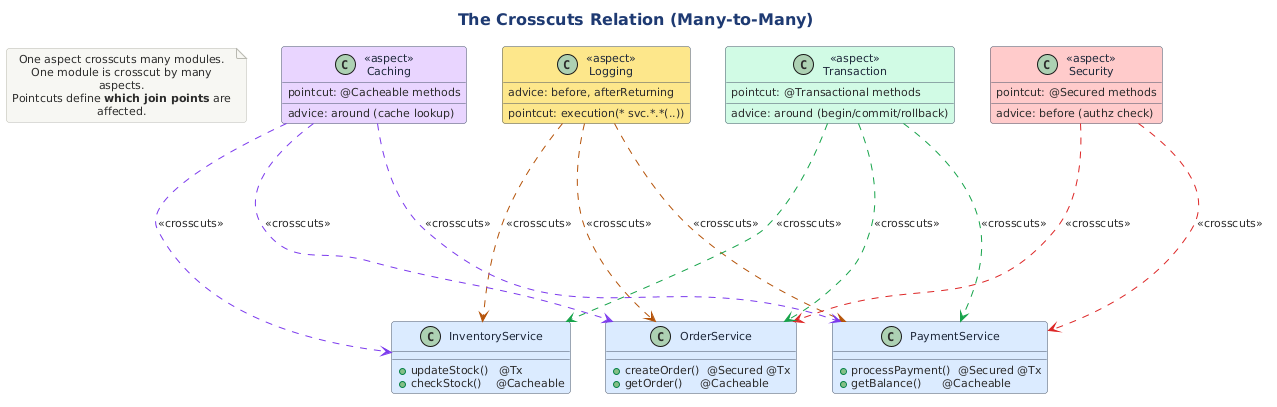
Above: src/architecture/views-and-beyond/style-catalogs/module/aspects-style/png/the-crosscuts-relation-many-to-many.png in Notoriousjayy/latex-docs (PlantUML), before the change. Its diagram source:
```plantuml
@startuml

skinparam classBackgroundColor #FFFFFF
!include ../../../../../../tooling/styles/plantuml/structural/component-diagram-style.iuml

skinparam classBorderColor #475569
skinparam classFontColor #1E293B
skinparam classHeaderBackgroundColor #E2E8F0

title The Crosscuts Relation (Many-to-Many)

together {
  class "<<aspect>>\nLogging" as log #FDE68A {
    pointcut: execution(* svc.*.*(..))
    advice: before, afterReturning
  }

  class "<<aspect>>\nSecurity" as sec #FECACA {
    pointcut: @Secured methods
    advice: before (authz check)
  }

  class "<<aspect>>\nTransaction" as tx #D1FAE5 {
    pointcut: @Transactional methods
    advice: around (begin/commit/rollback)
  }

  class "<<aspect>>\nCaching" as cache #E9D5FF {
    pointcut: @Cacheable methods
    advice: around (cache lookup)
  }
}

together {
  class "OrderService" as os #DBEAFE {
    + createOrder()  @Secured @Tx
    + getOrder()     @Cacheable
  }

  class "PaymentService" as pay #DBEAFE {
    + processPayment()  @Secured @Tx
    + getBalance()      @Cacheable
  }

  class "InventoryService" as inv #DBEAFE {
    + updateStock()   @Tx
    + checkStock()    @Cacheable
  }
}

log ..[#B45309]..> os : <<crosscuts>>
log ..[#B45309]..> pay : <<crosscuts>>
log ..[#B45309]..> inv : <<crosscuts>>

sec ..[#DC2626]..> os : <<crosscuts>>
sec ..[#DC2626]..> pay : <<crosscuts>>

tx ..[#16A34A]..> os : <<crosscuts>>
tx ..[#16A34A]..> pay : <<crosscuts>>
tx ..[#16A34A]..> inv : <<crosscuts>>

cache ..[#7C3AED]..> os : <<crosscuts>>
cache ..[#7C3AED]..> pay : <<crosscuts>>
cache ..[#7C3AED]..> inv : <<crosscuts>>

note as N1
  One aspect crosscuts many modules.
  One module is crosscut by many aspects.
  Pointcuts define **which join points** are affected.
end note

@enduml
```
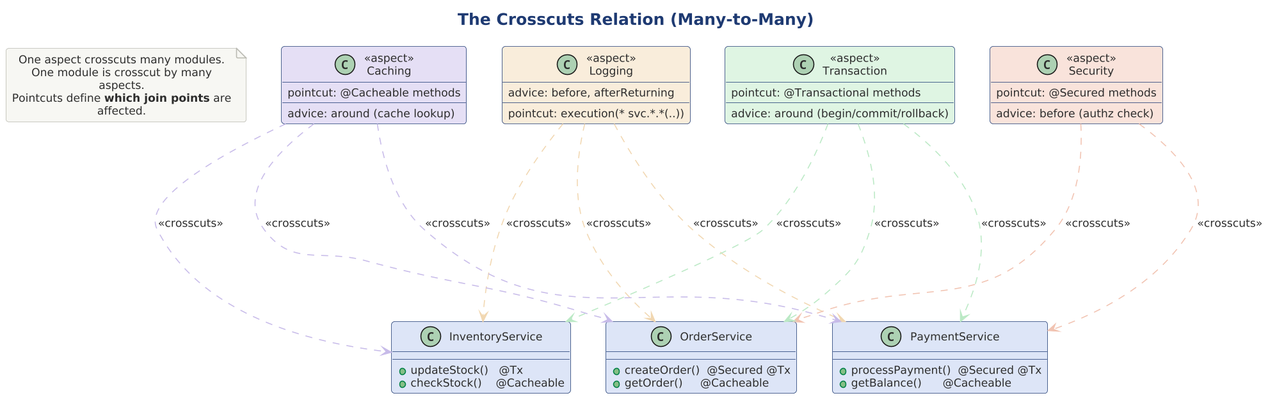
The same diagram one commit later.

Diff of the diagram source:
```diff
@@ -1,67 +1,67 @@
 @startuml
 
-skinparam classBackgroundColor #FFFFFF
+skinparam dpi 150
+
+
+
+
 !include ../../../../../../tooling/styles/plantuml/structural/component-diagram-style.iuml
-
-skinparam classBorderColor #475569
-skinparam classFontColor #1E293B
-skinparam classHeaderBackgroundColor #E2E8F0
 
 title The Crosscuts Relation (Many-to-Many)
 
 together {
-  class "<<aspect>>\nLogging" as log #FDE68A {
+  class "<<aspect>>\nLogging" as log $fill_caution {
     pointcut: execution(* svc.*.*(..))
     advice: before, afterReturning
   }
 
-  class "<<aspect>>\nSecurity" as sec #FECACA {
+  class "<<aspect>>\nSecurity" as sec $fill_invalid {
     pointcut: @Secured methods
     advice: before (authz check)
   }
 
-  class "<<aspect>>\nTransaction" as tx #D1FAE5 {
+  class "<<aspect>>\nTransaction" as tx $fill_ok {
     pointcut: @Transactional methods
     advice: around (begin/commit/rollback)
   }
 
-  class "<<aspect>>\nCaching" as cache #E9D5FF {
+  class "<<aspect>>\nCaching" as cache $fill_alt {
     pointcut: @Cacheable methods
     advice: around (cache lookup)
   }
 }
 
 together {
-  class "OrderService" as os #DBEAFE {
+  class "OrderService" as os $fill_primary {
     + createOrder()  @Secured @Tx
     + getOrder()     @Cacheable
   }
 
-  class "PaymentService" as pay #DBEAFE {
+  class "PaymentService" as pay $fill_primary {
     + processPayment()  @Secured @Tx
     + getBalance()      @Cacheable
   }
 
-  class "InventoryService" as inv #DBEAFE {
+  class "InventoryService" as inv $fill_primary {
     + updateStock()   @Tx
     + checkStock()    @Cacheable
   }
 }
 
-log ..[#B45309]..> os : <<crosscuts>>
-log ..[#B45309]..> pay : <<crosscuts>>
-log ..[#B45309]..> inv : <<crosscuts>>
+log ..[$deep_caution]..> os : <<crosscuts>>
+log ..[$deep_caution]..> pay : <<crosscuts>>
+log ..[$deep_caution]..> inv : <<crosscuts>>
 
-sec ..[#DC2626]..> os : <<crosscuts>>
-sec ..[#DC2626]..> pay : <<crosscuts>>
+sec ..[$deep_invalid]..> os : <<crosscuts>>
+sec ..[$deep_invalid]..> pay : <<crosscuts>>
 
-tx ..[#16A34A]..> os : <<crosscuts>>
-tx ..[#16A34A]..> pay : <<crosscuts>>
-tx ..[#16A34A]..> inv : <<crosscuts>>
+tx ..[$deep_ok]..> os : <<crosscuts>>
+tx ..[$deep_ok]..> pay : <<crosscuts>>
+tx ..[$deep_ok]..> inv : <<crosscuts>>
 
-cache ..[#7C3AED]..> os : <<crosscuts>>
-cache ..[#7C3AED]..> pay : <<crosscuts>>
-cache ..[#7C3AED]..> inv : <<crosscuts>>
+cache ..[$deep_alt]..> os : <<crosscuts>>
+cache ..[$deep_alt]..> pay : <<crosscuts>>
+cache ..[$deep_alt]..> inv : <<crosscuts>>
 
 note as N1
   One aspect crosscuts many modules.
```
